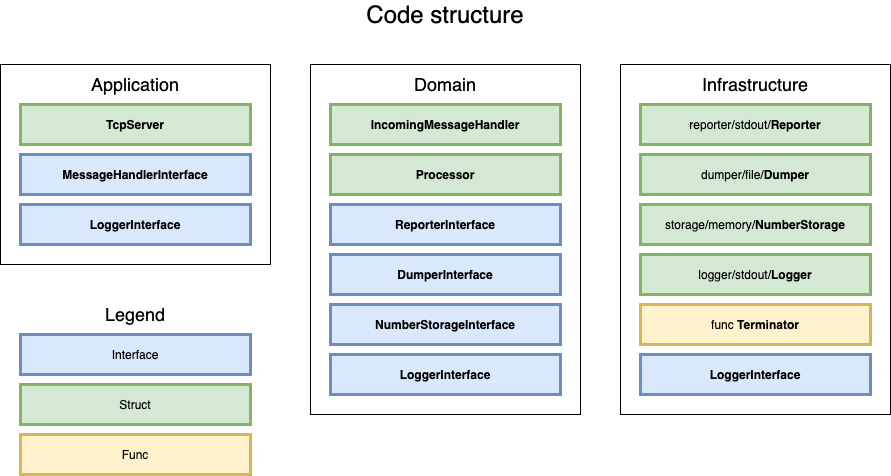
The draw.io diagram resources/images/code_structure.png in brushknight/number-server, before a commit. Source tidied: cells renumbered, new cells last; positions are measured from the earlier drawing's top-left corner, leaving out a move shared by most shapes.
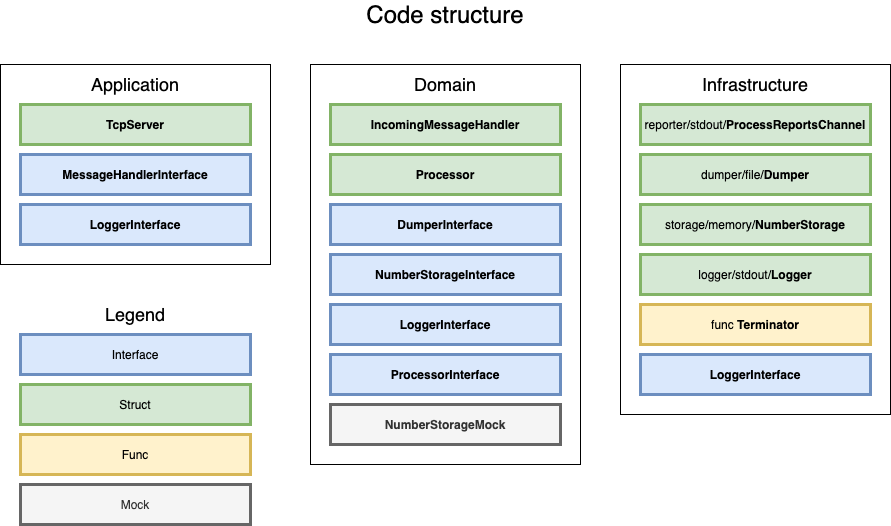
Later version of the same file.

What changed in the source:
```diff
@@ -12,7 +12,7 @@
       <mxGeometry x="20" y="100" width="230" height="40" as="geometry" />
     </mxCell>
     <mxCell id="5" style="rounded=0;whiteSpace=wrap;html=1;" parent="1" vertex="1">
-      <mxGeometry x="310" y="60" width="270" height="350" as="geometry" />
+      <mxGeometry x="310" y="60" width="270" height="400" as="geometry" />
     </mxCell>
     <mxCell id="6" value="&lt;font style=&quot;font-size: 18px&quot;&gt;Domain&lt;/font&gt;" style="text;html=1;strokeColor=none;fillColor=none;align=center;verticalAlign=middle;whiteSpace=wrap;rounded=0;" parent="1" vertex="1">
       <mxGeometry x="310" y="60" width="270" height="40" as="geometry" />
@@ -26,59 +26,65 @@
     <mxCell id="9" value="&lt;font style=&quot;font-size: 18px&quot;&gt;Infrastructure&lt;/font&gt;" style="text;html=1;strokeColor=none;fillColor=none;align=center;verticalAlign=middle;whiteSpace=wrap;rounded=0;" parent="1" vertex="1">
       <mxGeometry x="620" y="60" width="270" height="40" as="geometry" />
     </mxCell>
-    <mxCell id="10" value="reporter/stdout/&lt;b&gt;Reporter&lt;/b&gt;" style="rounded=0;whiteSpace=wrap;html=1;fillColor=#d5e8d4;strokeColor=#82b366;strokeWidth=3;" parent="1" vertex="1">
+    <mxCell id="10" value="reporter/stdout/&lt;b&gt;ProcessReportsChannel&lt;/b&gt;" style="rounded=0;whiteSpace=wrap;html=1;fillColor=#d5e8d4;strokeColor=#82b366;strokeWidth=3;" parent="1" vertex="1">
       <mxGeometry x="640" y="100" width="230" height="40" as="geometry" />
     </mxCell>
     <mxCell id="11" value="dumper/file/&lt;b&gt;Dumper&lt;/b&gt;" style="rounded=0;whiteSpace=wrap;html=1;fillColor=#d5e8d4;strokeColor=#82b366;strokeWidth=3;" parent="1" vertex="1">
       <mxGeometry x="640" y="150" width="230" height="40" as="geometry" />
     </mxCell>
     <mxCell id="12" value="&lt;b&gt;DumperInterface&lt;/b&gt;" style="rounded=0;whiteSpace=wrap;html=1;fillColor=#dae8fc;strokeColor=#6c8ebf;strokeWidth=3;" parent="1" vertex="1">
-      <mxGeometry x="330" y="250" width="230" height="40" as="geometry" />
+      <mxGeometry x="330" y="200" width="230" height="40" as="geometry" />
     </mxCell>
     <mxCell id="13" value="&lt;b&gt;MessageHandlerInterface&lt;/b&gt;" style="rounded=0;whiteSpace=wrap;html=1;fillColor=#dae8fc;strokeColor=#6c8ebf;strokeWidth=3;" parent="1" vertex="1">
       <mxGeometry x="20" y="150" width="230" height="40" as="geometry" />
     </mxCell>
-    <mxCell id="14" value="&lt;b&gt;ReporterInterface&lt;/b&gt;" style="rounded=0;whiteSpace=wrap;html=1;fillColor=#dae8fc;strokeColor=#6c8ebf;strokeWidth=3;" parent="1" vertex="1">
-      <mxGeometry x="330" y="200" width="230" height="40" as="geometry" />
+    <mxCell id="14" value="&lt;b&gt;Processor&lt;/b&gt;" style="rounded=0;whiteSpace=wrap;html=1;fillColor=#d5e8d4;strokeColor=#82b366;strokeWidth=3;" parent="1" vertex="1">
+      <mxGeometry x="330" y="150" width="230" height="40" as="geometry" />
     </mxCell>
-    <mxCell id="15" value="&lt;b&gt;Processor&lt;/b&gt;" style="rounded=0;whiteSpace=wrap;html=1;fillColor=#d5e8d4;strokeColor=#82b366;strokeWidth=3;" parent="1" vertex="1">
-      <mxGeometry x="330" y="150" width="230" height="40" as="geometry" />
+    <mxCell id="15" value="&lt;b&gt;NumberStorageInterface&lt;/b&gt;" style="rounded=0;whiteSpace=wrap;html=1;fillColor=#dae8fc;strokeColor=#6c8ebf;strokeWidth=3;" parent="1" vertex="1">
+      <mxGeometry x="330" y="250" width="230" height="40" as="geometry" />
     </mxCell>
-    <mxCell id="16" value="&lt;b&gt;NumberStorageInterface&lt;/b&gt;" style="rounded=0;whiteSpace=wrap;html=1;fillColor=#dae8fc;strokeColor=#6c8ebf;strokeWidth=3;" parent="1" vertex="1">
-      <mxGeometry x="330" y="300" width="230" height="40" as="geometry" />
+    <mxCell id="16" value="storage/memory/&lt;b&gt;NumberStorage&lt;/b&gt;" style="rounded=0;whiteSpace=wrap;html=1;fillColor=#d5e8d4;strokeColor=#82b366;strokeWidth=3;" parent="1" vertex="1">
+      <mxGeometry x="640" y="200" width="230" height="40" as="geometry" />
     </mxCell>
-    <mxCell id="17" value="storage/memory/&lt;b&gt;NumberStorage&lt;/b&gt;" style="rounded=0;whiteSpace=wrap;html=1;fillColor=#d5e8d4;strokeColor=#82b366;strokeWidth=3;" parent="1" vertex="1">
-      <mxGeometry x="640" y="200" width="230" height="40" as="geometry" />
+    <mxCell id="17" value="logger/stdout/&lt;b&gt;Logger&lt;/b&gt;" style="rounded=0;whiteSpace=wrap;html=1;fillColor=#d5e8d4;strokeColor=#82b366;strokeWidth=3;" parent="1" vertex="1">
+      <mxGeometry x="640" y="250" width="230" height="40" as="geometry" />
     </mxCell>
-    <mxCell id="18" value="logger/stdout/&lt;b&gt;Logger&lt;/b&gt;" style="rounded=0;whiteSpace=wrap;html=1;fillColor=#d5e8d4;strokeColor=#82b366;strokeWidth=3;" parent="1" vertex="1">
-      <mxGeometry x="640" y="250" width="230" height="40" as="geometry" />
+    <mxCell id="18" value="func &lt;b&gt;Terminator&lt;/b&gt;" style="rounded=0;whiteSpace=wrap;html=1;fillColor=#fff2cc;strokeColor=#d6b656;strokeWidth=3;" parent="1" vertex="1">
+      <mxGeometry x="640" y="300" width="230" height="40" as="geometry" />
     </mxCell>
-    <mxCell id="19" value="func &lt;b&gt;Terminator&lt;/b&gt;" style="rounded=0;whiteSpace=wrap;html=1;fillColor=#fff2cc;strokeColor=#d6b656;strokeWidth=3;" parent="1" vertex="1">
-      <mxGeometry x="640" y="300" width="230" height="40" as="geometry" />
+    <mxCell id="19" value="&lt;b&gt;LoggerInterface&lt;/b&gt;" style="rounded=0;whiteSpace=wrap;html=1;fillColor=#dae8fc;strokeColor=#6c8ebf;strokeWidth=3;" parent="1" vertex="1">
+      <mxGeometry x="330" y="300" width="230" height="40" as="geometry" />
     </mxCell>
-    <mxCell id="20" value="&lt;b&gt;LoggerInterface&lt;/b&gt;" style="rounded=0;whiteSpace=wrap;html=1;fillColor=#dae8fc;strokeColor=#6c8ebf;strokeWidth=3;" parent="1" vertex="1">
-      <mxGeometry x="330" y="350" width="230" height="40" as="geometry" />
+    <mxCell id="20" value="Interface" style="rounded=0;whiteSpace=wrap;html=1;fillColor=#dae8fc;strokeColor=#6c8ebf;strokeWidth=3;" parent="1" vertex="1">
+      <mxGeometry x="20" y="330" width="230" height="40" as="geometry" />
     </mxCell>
-    <mxCell id="21" value="Interface" style="rounded=0;whiteSpace=wrap;html=1;fillColor=#dae8fc;strokeColor=#6c8ebf;strokeWidth=3;" parent="1" vertex="1">
-      <mxGeometry x="20" y="330" width="230" height="40" as="geometry" />
+    <mxCell id="21" value="Struct" style="rounded=0;whiteSpace=wrap;html=1;fillColor=#d5e8d4;strokeColor=#82b366;strokeWidth=3;" parent="1" vertex="1">
+      <mxGeometry x="20" y="380" width="230" height="40" as="geometry" />
     </mxCell>
-    <mxCell id="22" value="Struct" style="rounded=0;whiteSpace=wrap;html=1;fillColor=#d5e8d4;strokeColor=#82b366;strokeWidth=3;" parent="1" vertex="1">
-      <mxGeometry x="20" y="380" width="230" height="40" as="geometry" />
+    <mxCell id="22" value="Func" style="rounded=0;whiteSpace=wrap;html=1;fillColor=#fff2cc;strokeColor=#d6b656;strokeWidth=3;" parent="1" vertex="1">
+      <mxGeometry x="20" y="430" width="230" height="40" as="geometry" />
     </mxCell>
-    <mxCell id="23" value="Func" style="rounded=0;whiteSpace=wrap;html=1;fillColor=#fff2cc;strokeColor=#d6b656;strokeWidth=3;" parent="1" vertex="1">
-      <mxGeometry x="20" y="430" width="230" height="40" as="geometry" />
+    <mxCell id="23" value="&lt;font style=&quot;font-size: 24px&quot;&gt;Code structure&lt;/font&gt;" style="text;html=1;strokeColor=none;fillColor=none;align=center;verticalAlign=middle;whiteSpace=wrap;rounded=0;" parent="1" vertex="1">
+      <mxGeometry x="310" width="270" height="20" as="geometry" />
     </mxCell>
-    <mxCell id="24" value="&lt;font style=&quot;font-size: 24px&quot;&gt;Code structure&lt;/font&gt;" style="text;html=1;strokeColor=none;fillColor=none;align=center;verticalAlign=middle;whiteSpace=wrap;rounded=0;" parent="1" vertex="1">
-      <mxGeometry x="310" width="270" height="20" as="geometry" />
+    <mxCell id="24" value="&lt;b&gt;LoggerInterface&lt;/b&gt;" style="rounded=0;whiteSpace=wrap;html=1;fillColor=#dae8fc;strokeColor=#6c8ebf;strokeWidth=3;" parent="1" vertex="1">
+      <mxGeometry x="20" y="200" width="230" height="40" as="geometry" />
     </mxCell>
-    <mxCell id="25" value="&lt;b&gt;LoggerInterface&lt;/b&gt;" style="rounded=0;whiteSpace=wrap;html=1;fillColor=#dae8fc;strokeColor=#6c8ebf;strokeWidth=3;" parent="1" vertex="1">
-      <mxGeometry x="20" y="200" width="230" height="40" as="geometry" />
+    <mxCell id="25" value="&lt;font style=&quot;font-size: 18px&quot;&gt;Legend&lt;/font&gt;" style="text;html=1;strokeColor=none;fillColor=none;align=center;verticalAlign=middle;whiteSpace=wrap;rounded=0;" parent="1" vertex="1">
+      <mxGeometry y="290" width="270" height="40" as="geometry" />
     </mxCell>
-    <mxCell id="26" value="&lt;font style=&quot;font-size: 18px&quot;&gt;Legend&lt;/font&gt;" style="text;html=1;strokeColor=none;fillColor=none;align=center;verticalAlign=middle;whiteSpace=wrap;rounded=0;" parent="1" vertex="1">
-      <mxGeometry y="290" width="270" height="40" as="geometry" />
+    <mxCell id="26" value="&lt;b&gt;LoggerInterface&lt;/b&gt;" style="rounded=0;whiteSpace=wrap;html=1;fillColor=#dae8fc;strokeColor=#6c8ebf;strokeWidth=3;" parent="1" vertex="1">
+      <mxGeometry x="640" y="350" width="230" height="40" as="geometry" />
     </mxCell>
-    <mxCell id="27" value="&lt;b&gt;LoggerInterface&lt;/b&gt;" style="rounded=0;whiteSpace=wrap;html=1;fillColor=#dae8fc;strokeColor=#6c8ebf;strokeWidth=3;" parent="1" vertex="1">
-      <mxGeometry x="640" y="350" width="230" height="40" as="geometry" />
+    <mxCell id="27" value="&lt;b&gt;ProcessorInterface&lt;/b&gt;" style="rounded=0;whiteSpace=wrap;html=1;fillColor=#dae8fc;strokeColor=#6c8ebf;strokeWidth=3;" parent="1" vertex="1">
+      <mxGeometry x="330" y="350" width="230" height="40" as="geometry" />
     </mxCell>
+    <mxCell id="28" value="&lt;b&gt;NumberStorageMock&lt;/b&gt;" style="rounded=0;whiteSpace=wrap;html=1;fillColor=#f5f5f5;strokeColor=#666666;strokeWidth=3;fontColor=#333333;" parent="1" vertex="1">
+      <mxGeometry x="330" y="400" width="230" height="40" as="geometry" />
+    </mxCell>
+    <mxCell id="29" value="Mock" style="rounded=0;whiteSpace=wrap;html=1;fillColor=#f5f5f5;strokeColor=#666666;strokeWidth=3;fontColor=#333333;" parent="1" vertex="1">
+      <mxGeometry x="20" y="480" width="230" height="40" as="geometry" />
+    </mxCell>
   </root>
 </mxGraphModel>
```
